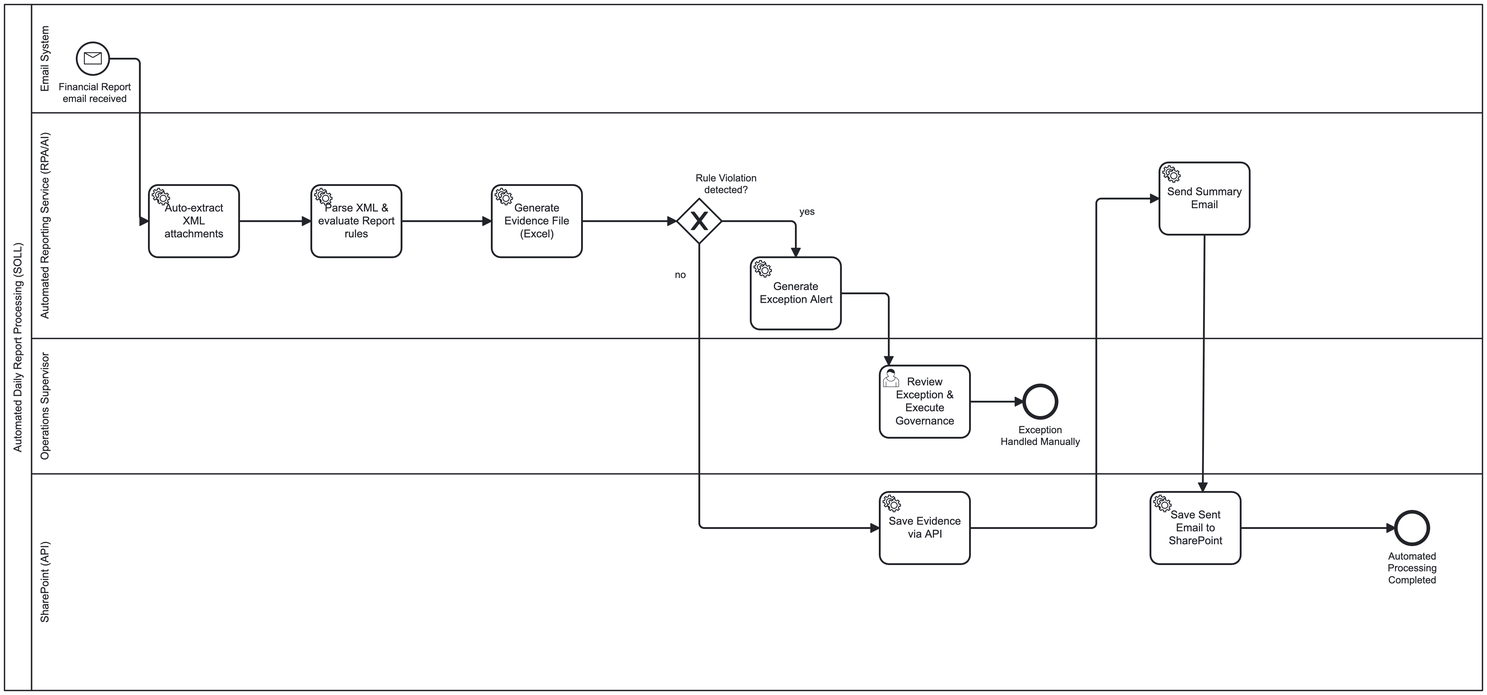
Earlier version of the BPMN export docs/Documentation/Process Modeling/GOAL Process/daily_financial_report_validation_lanes_Strategic GOAL Kopie.bpmn.png (pollo60/-ISAAI-Automatic-Report-Documentation). Its source is kept beside it as docs/Documentation/Process Modeling/GOAL Process/daily_financial_report_validation_lanes_Strategic GOAL Kopie.bpmn. Ids are renumbered. The source it was exported from:
```xml
<bpmn:definitions xmlns:xsi="http://www.w3.org/2001/XMLSchema-instance" xmlns:bpmn="http://www.omg.org/spec/BPMN/20100524/MODEL" xmlns:bpmndi="http://www.omg.org/spec/BPMN/20100524/DI" xmlns:dc="http://www.omg.org/spec/DD/20100524/DC" xmlns:di="http://www.omg.org/spec/DD/20100524/DI" id="Definitions_DailyFinancialReportValidation_SOLL" targetNamespace="http://example.com/bpmn/daily-financial-report-validation-soll" exporter="Camunda Modeler" exporterVersion="5.45.0">
  <bpmn:collaboration id="Collaboration_DailyFinancialReportValidation_SOLL">
    <bpmn:participant id="Participant_Process_SOLL" name="Automated Daily Report Processing (SOLL)" processRef="Process_DailyFinancialReportValidation_SOLL" />
  </bpmn:collaboration>
  <bpmn:process id="Process_DailyFinancialReportValidation_SOLL" name="Daily Financial Report Validation SOLL" isExecutable="true">
    <bpmn:documentation>
      Fully automated target architecture (SOLL). RPA/Python parses the XML reports directly, applies the validation rules, and interacts with SharePoint and DMS via API. Human intervention (Operations Supervisor) is strictly limited to Exception Review &amp; Governance.
    </bpmn:documentation>
    <bpmn:laneSet id="LaneSet_Main_SOLL">
      <bpmn:lane id="Lane_EmailSystem" name="Email System">
        <bpmn:flowNodeRef>StartEvent_EmailReceived</bpmn:flowNodeRef>
      </bpmn:lane>
      <bpmn:lane id="Lane_AutomationService" name="Automated Reporting Service (RPA/AI)">
        <bpmn:flowNodeRef>Task_AutoExtract</bpmn:flowNodeRef>
        <bpmn:flowNodeRef>Task_GenerateException</bpmn:flowNodeRef>
        <bpmn:flowNodeRef>Activity_n1</bpmn:flowNodeRef>
        <bpmn:flowNodeRef>Gateway_AutoExceptions</bpmn:flowNodeRef>
        <bpmn:flowNodeRef>Task_AutoValidate</bpmn:flowNodeRef>
        <bpmn:flowNodeRef>Activity_n2</bpmn:flowNodeRef>
      </bpmn:lane>
      <bpmn:lane id="Lane_Supervisor" name="Operations Supervisor">
        <bpmn:flowNodeRef>Task_SupervisorReview</bpmn:flowNodeRef>
        <bpmn:flowNodeRef>EndEvent_Exception</bpmn:flowNodeRef>
      </bpmn:lane>
      <bpmn:lane id="Lane_SharePoint" name="SharePoint (API)">
        <bpmn:flowNodeRef>Task_AutoSaveSP1</bpmn:flowNodeRef>
        <bpmn:flowNodeRef>Task_AutoSaveSP2</bpmn:flowNodeRef>
        <bpmn:flowNodeRef>EndEvent_Success</bpmn:flowNodeRef>
      </bpmn:lane>
    </bpmn:laneSet>
    <bpmn:startEvent id="StartEvent_EmailReceived" name="Financial Report email received">
      <bpmn:outgoing>Flow_Start_Extract</bpmn:outgoing>
      <bpmn:messageEventDefinition id="MessageEventDefinition_Email_SOLL" />
    </bpmn:startEvent>
    <bpmn:sequenceFlow id="Flow_Start_Extract" sourceRef="StartEvent_EmailReceived" targetRef="Task_AutoExtract" />
    <bpmn:serviceTask id="Task_AutoExtract" name="Auto-extract XML attachments">
      <bpmn:incoming>Flow_Start_Extract</bpmn:incoming>
      <bpmn:outgoing>Flow_n3</bpmn:outgoing>
    </bpmn:serviceTask>
    <bpmn:sequenceFlow id="Flow_Exceptions_Yes" name="yes" sourceRef="Gateway_AutoExceptions" targetRef="Task_GenerateException" />
    <bpmn:sequenceFlow id="Flow_n4" name="no" sourceRef="Gateway_AutoExceptions" targetRef="Task_AutoSaveSP1" />
    <bpmn:serviceTask id="Task_GenerateException" name="Generate Exception Alert">
      <bpmn:incoming>Flow_Exceptions_Yes</bpmn:incoming>
      <bpmn:outgoing>Flow_GenEx_Review</bpmn:outgoing>
    </bpmn:serviceTask>
    <bpmn:userTask id="Task_SupervisorReview" name="Review Exception &#38; Execute Governance">
      <bpmn:incoming>Flow_GenEx_Review</bpmn:incoming>
      <bpmn:outgoing>Flow_Review_EndEx</bpmn:outgoing>
    </bpmn:userTask>
    <bpmn:endEvent id="EndEvent_Exception" name="Exception Handled Manually">
      <bpmn:incoming>Flow_Review_EndEx</bpmn:incoming>
    </bpmn:endEvent>
    <bpmn:serviceTask id="Task_AutoSaveSP1" name="Save Evidence via API">
      <bpmn:incoming>Flow_n4</bpmn:incoming>
      <bpmn:outgoing>Flow_SaveSP1_Email</bpmn:outgoing>
    </bpmn:serviceTask>
    <bpmn:serviceTask id="Task_AutoSaveSP2" name="Save Sent Email to SharePoint">
      <bpmn:incoming>Flow_n5</bpmn:incoming>
      <bpmn:outgoing>Flow_n6</bpmn:outgoing>
    </bpmn:serviceTask>
    <bpmn:serviceTask id="Activity_n1" name="Send Summary Email">
      <bpmn:incoming>Flow_SaveSP1_Email</bpmn:incoming>
      <bpmn:outgoing>Flow_n5</bpmn:outgoing>
    </bpmn:serviceTask>
    <bpmn:sequenceFlow id="Flow_GenEx_Review" sourceRef="Task_GenerateException" targetRef="Task_SupervisorReview" />
    <bpmn:sequenceFlow id="Flow_Review_EndEx" sourceRef="Task_SupervisorReview" targetRef="EndEvent_Exception" />
    <bpmn:sequenceFlow id="Flow_SaveSP1_Email" sourceRef="Task_AutoSaveSP1" targetRef="Activity_n1" />
    <bpmn:sequenceFlow id="Flow_n5" sourceRef="Activity_n1" targetRef="Task_AutoSaveSP2" />
    <bpmn:sequenceFlow id="Flow_n7" sourceRef="Task_AutoValidate" targetRef="Activity_n2" />
    <bpmn:exclusiveGateway id="Gateway_AutoExceptions" name="Rule Violation detected?">
      <bpmn:incoming>Flow_n8</bpmn:incoming>
      <bpmn:outgoing>Flow_Exceptions_Yes</bpmn:outgoing>
      <bpmn:outgoing>Flow_n4</bpmn:outgoing>
    </bpmn:exclusiveGateway>
    <bpmn:serviceTask id="Task_AutoValidate" name="Parse XML &#38; evaluate Report rules">
      <bpmn:documentation>Bot parses XML directly in memory, checking DayViol and MonthViol thresholds without manual Excel rendering.</bpmn:documentation>
      <bpmn:incoming>Flow_n3</bpmn:incoming>
      <bpmn:outgoing>Flow_n7</bpmn:outgoing>
    </bpmn:serviceTask>
    <bpmn:serviceTask id="Activity_n2" name="Generate Evidence File (Excel)">
      <bpmn:incoming>Flow_n7</bpmn:incoming>
      <bpmn:outgoing>Flow_n8</bpmn:outgoing>
    </bpmn:serviceTask>
    <bpmn:sequenceFlow id="Flow_n3" sourceRef="Task_AutoExtract" targetRef="Task_AutoValidate" />
    <bpmn:sequenceFlow id="Flow_n8" sourceRef="Activity_n2" targetRef="Gateway_AutoExceptions" />
    <bpmn:endEvent id="EndEvent_Success" name="Automated Processing Completed">
      <bpmn:incoming>Flow_n6</bpmn:incoming>
    </bpmn:endEvent>
    <bpmn:sequenceFlow id="Flow_n6" sourceRef="Task_AutoSaveSP2" targetRef="EndEvent_Success" />
  </bpmn:process>
  <bpmndi:BPMNDiagram id="BPMNDiagram_SOLL">
    <bpmndi:BPMNPlane id="BPMNPlane_SOLL" bpmnElement="Collaboration_DailyFinancialReportValidation_SOLL">
      <bpmndi:BPMNShape id="Participant_Process_SOLL_di" bpmnElement="Participant_Process_SOLL" isHorizontal="true">
        <dc:Bounds x="120" y="80" width="1638" height="760" />
      </bpmndi:BPMNShape>
      <bpmndi:BPMNShape id="Lane_SharePoint_di" bpmnElement="Lane_SharePoint" isHorizontal="true">
        <dc:Bounds x="150" y="600" width="1608" height="240" />
      </bpmndi:BPMNShape>
      <bpmndi:BPMNShape id="Lane_Supervisor_di" bpmnElement="Lane_Supervisor" isHorizontal="true">
        <dc:Bounds x="150" y="450" width="1608" height="150" />
      </bpmndi:BPMNShape>
      <bpmndi:BPMNShape id="Lane_AutomationService_di" bpmnElement="Lane_AutomationService" isHorizontal="true">
        <dc:Bounds x="150" y="200" width="1608" height="250" />
      </bpmndi:BPMNShape>
      <bpmndi:BPMNShape id="Lane_EmailSystem_di" bpmnElement="Lane_EmailSystem" isHorizontal="true">
        <dc:Bounds x="150" y="80" width="1608" height="120" />
      </bpmndi:BPMNShape>
      <bpmndi:BPMNShape id="StartEvent_EmailReceived_di" bpmnElement="StartEvent_EmailReceived">
        <dc:Bounds x="200" y="122" width="36" height="36" />
        <bpmndi:BPMNLabel>
          <dc:Bounds x="180" y="165" width="81" height="27" />
        </bpmndi:BPMNLabel>
      </bpmndi:BPMNShape>
      <bpmndi:BPMNShape id="Task_AutoExtract_di" bpmnElement="Task_AutoExtract">
        <dc:Bounds x="280" y="280" width="100" height="80" />
      </bpmndi:BPMNShape>
      <bpmndi:BPMNShape id="Task_GenerateException_di" bpmnElement="Task_GenerateException">
        <dc:Bounds x="947" y="360" width="100" height="80" />
      </bpmndi:BPMNShape>
      <bpmndi:BPMNShape id="Task_SupervisorReview_di" bpmnElement="Task_SupervisorReview">
        <dc:Bounds x="1090" y="480" width="100" height="80" />
      </bpmndi:BPMNShape>
      <bpmndi:BPMNShape id="EndEvent_Exception_di" bpmnElement="EndEvent_Exception">
        <dc:Bounds x="1250" y="502" width="36" height="36" />
        <bpmndi:BPMNLabel>
          <dc:Bounds x="1224" y="545" width="89" height="27" />
        </bpmndi:BPMNLabel>
      </bpmndi:BPMNShape>
      <bpmndi:BPMNShape id="Task_AutoSaveSP1_di" bpmnElement="Task_AutoSaveSP1">
        <dc:Bounds x="1090" y="620" width="100" height="80" />
      </bpmndi:BPMNShape>
      <bpmndi:BPMNShape id="Task_AutoSaveSP2_di" bpmnElement="Task_AutoSaveSP2">
        <dc:Bounds x="1390" y="620" width="100" height="80" />
      </bpmndi:BPMNShape>
      <bpmndi:BPMNShape id="BPMNShape_n9" bpmnElement="Activity_n1">
        <dc:Bounds x="1400" y="255" width="100" height="80" />
        <bpmndi:BPMNLabel />
      </bpmndi:BPMNShape>
      <bpmndi:BPMNShape id="Gateway_AutoExceptions_di" bpmnElement="Gateway_AutoExceptions" isMarkerVisible="true">
        <dc:Bounds x="865" y="295" width="50" height="50" />
        <bpmndi:BPMNLabel>
          <dc:Bounds x="886" y="266" width="68" height="27" />
        </bpmndi:BPMNLabel>
      </bpmndi:BPMNShape>
      <bpmndi:BPMNShape id="Task_AutoValidate_di" bpmnElement="Task_AutoValidate">
        <dc:Bounds x="460" y="280" width="100" height="80" />
        <bpmndi:BPMNLabel />
      </bpmndi:BPMNShape>
      <bpmndi:BPMNShape id="BPMNShape_n10" bpmnElement="Activity_n2">
        <dc:Bounds x="660" y="280" width="100" height="80" />
        <bpmndi:BPMNLabel />
      </bpmndi:BPMNShape>
      <bpmndi:BPMNShape id="EndEvent_Success_di" bpmnElement="EndEvent_Success">
        <dc:Bounds x="1662" y="642" width="36" height="36" />
        <bpmndi:BPMNLabel>
          <dc:Bounds x="1653" y="685" width="55" height="40" />
        </bpmndi:BPMNLabel>
      </bpmndi:BPMNShape>
      <bpmndi:BPMNEdge id="Flow_Start_Extract_di" bpmnElement="Flow_Start_Extract">
        <di:waypoint x="236" y="140" />
        <di:waypoint x="270" y="140" />
        <di:waypoint x="270" y="320" />
        <di:waypoint x="280" y="320" />
      </bpmndi:BPMNEdge>
      <bpmndi:BPMNEdge id="Flow_Exceptions_Yes_di" bpmnElement="Flow_Exceptions_Yes">
        <di:waypoint x="915" y="320" />
        <di:waypoint x="997" y="320" />
        <di:waypoint x="997" y="360" />
        <bpmndi:BPMNLabel>
          <dc:Bounds x="1001" y="303" width="18" height="14" />
        </bpmndi:BPMNLabel>
      </bpmndi:BPMNEdge>
      <bpmndi:BPMNEdge id="Flow_n4_di" bpmnElement="Flow_n4">
        <di:waypoint x="890" y="345" />
        <di:waypoint x="890" y="660" />
        <di:waypoint x="1090" y="660" />
        <bpmndi:BPMNLabel>
          <dc:Bounds x="863" y="373" width="13" height="14" />
        </bpmndi:BPMNLabel>
      </bpmndi:BPMNEdge>
      <bpmndi:BPMNEdge id="Flow_GenEx_Review_di" bpmnElement="Flow_GenEx_Review">
        <di:waypoint x="1047" y="400" />
        <di:waypoint x="1100" y="400" />
        <di:waypoint x="1100" y="480" />
      </bpmndi:BPMNEdge>
      <bpmndi:BPMNEdge id="Flow_Review_EndEx_di" bpmnElement="Flow_Review_EndEx">
        <di:waypoint x="1190" y="520" />
        <di:waypoint x="1250" y="520" />
      </bpmndi:BPMNEdge>
      <bpmndi:BPMNEdge id="Flow_SaveSP1_Email_di" bpmnElement="Flow_SaveSP1_Email">
        <di:waypoint x="1190" y="660" />
        <di:waypoint x="1330" y="660" />
        <di:waypoint x="1330" y="295" />
        <di:waypoint x="1400" y="295" />
      </bpmndi:BPMNEdge>
      <bpmndi:BPMNEdge id="Flow_n5_di" bpmnElement="Flow_n5">
        <di:waypoint x="1450" y="335" />
        <di:waypoint x="1448" y="620" />
      </bpmndi:BPMNEdge>
      <bpmndi:BPMNEdge id="Flow_n7_di" bpmnElement="Flow_n7">
        <di:waypoint x="560" y="320" />
        <di:waypoint x="660" y="320" />
      </bpmndi:BPMNEdge>
      <bpmndi:BPMNEdge id="Flow_n3_di" bpmnElement="Flow_n3">
        <di:waypoint x="380" y="320" />
        <di:waypoint x="460" y="320" />
      </bpmndi:BPMNEdge>
      <bpmndi:BPMNEdge id="Flow_n8_di" bpmnElement="Flow_n8">
        <di:waypoint x="760" y="320" />
        <di:waypoint x="865" y="320" />
      </bpmndi:BPMNEdge>
      <bpmndi:BPMNEdge id="Flow_n6_di" bpmnElement="Flow_n6">
        <di:waypoint x="1490" y="660" />
        <di:waypoint x="1662" y="660" />
      </bpmndi:BPMNEdge>
    </bpmndi:BPMNPlane>
  </bpmndi:BPMNDiagram>
</bpmn:definitions>
```
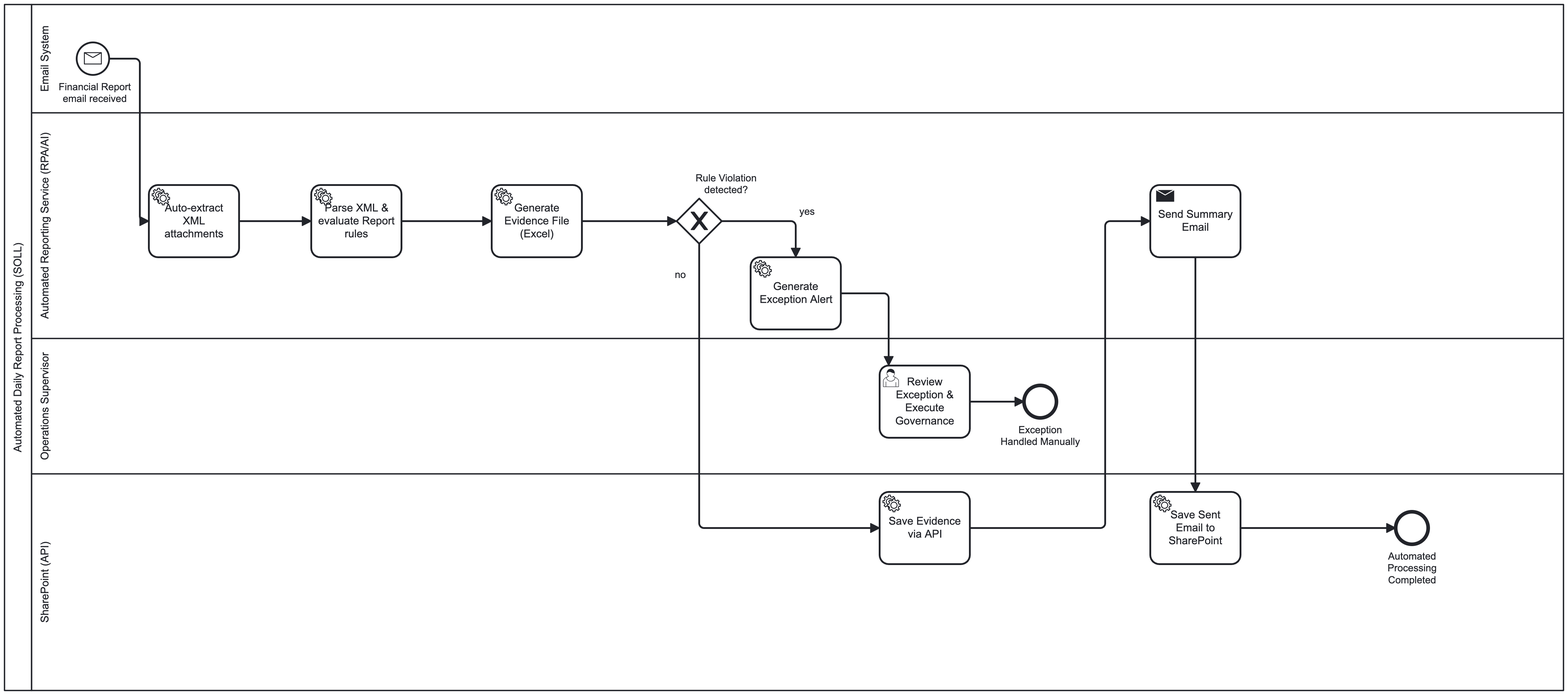
The same diagram one commit later.

The edit, as a diff of the source:
```diff
@@ -13,10 +13,10 @@
       <bpmn:lane id="Lane_AutomationService" name="Automated Reporting Service (RPA/AI)">
         <bpmn:flowNodeRef>Task_AutoExtract</bpmn:flowNodeRef>
         <bpmn:flowNodeRef>Task_GenerateException</bpmn:flowNodeRef>
-        <bpmn:flowNodeRef>Activity_n1</bpmn:flowNodeRef>
         <bpmn:flowNodeRef>Gateway_AutoExceptions</bpmn:flowNodeRef>
         <bpmn:flowNodeRef>Task_AutoValidate</bpmn:flowNodeRef>
         <bpmn:flowNodeRef>Activity_n2</bpmn:flowNodeRef>
+        <bpmn:flowNodeRef>Activity_n11</bpmn:flowNodeRef>
       </bpmn:lane>
       <bpmn:lane id="Lane_Supervisor" name="Operations Supervisor">
         <bpmn:flowNodeRef>Task_SupervisorReview</bpmn:flowNodeRef>
@@ -52,20 +52,14 @@
     </bpmn:endEvent>
     <bpmn:serviceTask id="Task_AutoSaveSP1" name="Save Evidence via API">
       <bpmn:incoming>Flow_n4</bpmn:incoming>
-      <bpmn:outgoing>Flow_SaveSP1_Email</bpmn:outgoing>
+      <bpmn:outgoing>Flow_n12</bpmn:outgoing>
     </bpmn:serviceTask>
     <bpmn:serviceTask id="Task_AutoSaveSP2" name="Save Sent Email to SharePoint">
-      <bpmn:incoming>Flow_n5</bpmn:incoming>
+      <bpmn:incoming>Flow_n13</bpmn:incoming>
       <bpmn:outgoing>Flow_n6</bpmn:outgoing>
-    </bpmn:serviceTask>
-    <bpmn:serviceTask id="Activity_n1" name="Send Summary Email">
-      <bpmn:incoming>Flow_SaveSP1_Email</bpmn:incoming>
-      <bpmn:outgoing>Flow_n5</bpmn:outgoing>
     </bpmn:serviceTask>
     <bpmn:sequenceFlow id="Flow_GenEx_Review" sourceRef="Task_GenerateException" targetRef="Task_SupervisorReview" />
     <bpmn:sequenceFlow id="Flow_Review_EndEx" sourceRef="Task_SupervisorReview" targetRef="EndEvent_Exception" />
-    <bpmn:sequenceFlow id="Flow_SaveSP1_Email" sourceRef="Task_AutoSaveSP1" targetRef="Activity_n1" />
-    <bpmn:sequenceFlow id="Flow_n5" sourceRef="Activity_n1" targetRef="Task_AutoSaveSP2" />
     <bpmn:sequenceFlow id="Flow_n7" sourceRef="Task_AutoValidate" targetRef="Activity_n2" />
     <bpmn:exclusiveGateway id="Gateway_AutoExceptions" name="Rule Violation detected?">
       <bpmn:incoming>Flow_n8</bpmn:incoming>
@@ -87,23 +81,29 @@
       <bpmn:incoming>Flow_n6</bpmn:incoming>
     </bpmn:endEvent>
     <bpmn:sequenceFlow id="Flow_n6" sourceRef="Task_AutoSaveSP2" targetRef="EndEvent_Success" />
+    <bpmn:sendTask id="Activity_n11" name="Send Summary Email">
+      <bpmn:incoming>Flow_n12</bpmn:incoming>
+      <bpmn:outgoing>Flow_n13</bpmn:outgoing>
+    </bpmn:sendTask>
+    <bpmn:sequenceFlow id="Flow_n12" sourceRef="Task_AutoSaveSP1" targetRef="Activity_n11" />
+    <bpmn:sequenceFlow id="Flow_n13" sourceRef="Activity_n11" targetRef="Task_AutoSaveSP2" />
   </bpmn:process>
   <bpmndi:BPMNDiagram id="BPMNDiagram_SOLL">
     <bpmndi:BPMNPlane id="BPMNPlane_SOLL" bpmnElement="Collaboration_DailyFinancialReportValidation_SOLL">
       <bpmndi:BPMNShape id="Participant_Process_SOLL_di" bpmnElement="Participant_Process_SOLL" isHorizontal="true">
-        <dc:Bounds x="120" y="80" width="1638" height="760" />
+        <dc:Bounds x="120" y="80" width="1728" height="760" />
       </bpmndi:BPMNShape>
       <bpmndi:BPMNShape id="Lane_SharePoint_di" bpmnElement="Lane_SharePoint" isHorizontal="true">
-        <dc:Bounds x="150" y="600" width="1608" height="240" />
+        <dc:Bounds x="150" y="600" width="1698" height="240" />
       </bpmndi:BPMNShape>
       <bpmndi:BPMNShape id="Lane_Supervisor_di" bpmnElement="Lane_Supervisor" isHorizontal="true">
-        <dc:Bounds x="150" y="450" width="1608" height="150" />
+        <dc:Bounds x="150" y="450" width="1698" height="150" />
       </bpmndi:BPMNShape>
       <bpmndi:BPMNShape id="Lane_AutomationService_di" bpmnElement="Lane_AutomationService" isHorizontal="true">
-        <dc:Bounds x="150" y="200" width="1608" height="250" />
+        <dc:Bounds x="150" y="200" width="1698" height="250" />
       </bpmndi:BPMNShape>
       <bpmndi:BPMNShape id="Lane_EmailSystem_di" bpmnElement="Lane_EmailSystem" isHorizontal="true">
-        <dc:Bounds x="150" y="80" width="1608" height="120" />
+        <dc:Bounds x="150" y="80" width="1698" height="120" />
       </bpmndi:BPMNShape>
       <bpmndi:BPMNShape id="StartEvent_EmailReceived_di" bpmnElement="StartEvent_EmailReceived">
         <dc:Bounds x="200" y="122" width="36" height="36" />
@@ -132,10 +132,6 @@
       <bpmndi:BPMNShape id="Task_AutoSaveSP2_di" bpmnElement="Task_AutoSaveSP2">
         <dc:Bounds x="1390" y="620" width="100" height="80" />
       </bpmndi:BPMNShape>
-      <bpmndi:BPMNShape id="BPMNShape_n9" bpmnElement="Activity_n1">
-        <dc:Bounds x="1400" y="255" width="100" height="80" />
-        <bpmndi:BPMNLabel />
-      </bpmndi:BPMNShape>
       <bpmndi:BPMNShape id="Gateway_AutoExceptions_di" bpmnElement="Gateway_AutoExceptions" isMarkerVisible="true">
         <dc:Bounds x="865" y="295" width="50" height="50" />
         <bpmndi:BPMNLabel>
@@ -155,6 +151,10 @@
         <bpmndi:BPMNLabel>
           <dc:Bounds x="1653" y="685" width="55" height="40" />
         </bpmndi:BPMNLabel>
+      </bpmndi:BPMNShape>
+      <bpmndi:BPMNShape id="Activity_n11_di" bpmnElement="Activity_n11">
+        <dc:Bounds x="1390" y="280" width="100" height="80" />
+        <bpmndi:BPMNLabel />
       </bpmndi:BPMNShape>
       <bpmndi:BPMNEdge id="Flow_Start_Extract_di" bpmnElement="Flow_Start_Extract">
         <di:waypoint x="236" y="140" />
@@ -187,16 +187,6 @@
         <di:waypoint x="1190" y="520" />
         <di:waypoint x="1250" y="520" />
       </bpmndi:BPMNEdge>
-      <bpmndi:BPMNEdge id="Flow_SaveSP1_Email_di" bpmnElement="Flow_SaveSP1_Email">
-        <di:waypoint x="1190" y="660" />
-        <di:waypoint x="1330" y="660" />
-        <di:waypoint x="1330" y="295" />
-        <di:waypoint x="1400" y="295" />
-      </bpmndi:BPMNEdge>
-      <bpmndi:BPMNEdge id="Flow_n5_di" bpmnElement="Flow_n5">
-        <di:waypoint x="1450" y="335" />
-        <di:waypoint x="1448" y="620" />
-      </bpmndi:BPMNEdge>
       <bpmndi:BPMNEdge id="Flow_n7_di" bpmnElement="Flow_n7">
         <di:waypoint x="560" y="320" />
         <di:waypoint x="660" y="320" />
@@ -213,6 +203,16 @@
         <di:waypoint x="1490" y="660" />
         <di:waypoint x="1662" y="660" />
       </bpmndi:BPMNEdge>
+      <bpmndi:BPMNEdge id="Flow_n12_di" bpmnElement="Flow_n12">
+        <di:waypoint x="1190" y="660" />
+        <di:waypoint x="1340" y="660" />
+        <di:waypoint x="1340" y="320" />
+        <di:waypoint x="1390" y="320" />
+      </bpmndi:BPMNEdge>
+      <bpmndi:BPMNEdge id="Flow_n13_di" bpmnElement="Flow_n13">
+        <di:waypoint x="1440" y="360" />
+        <di:waypoint x="1440" y="620" />
+      </bpmndi:BPMNEdge>
     </bpmndi:BPMNPlane>
   </bpmndi:BPMNDiagram>
 </bpmn:definitions>
```
